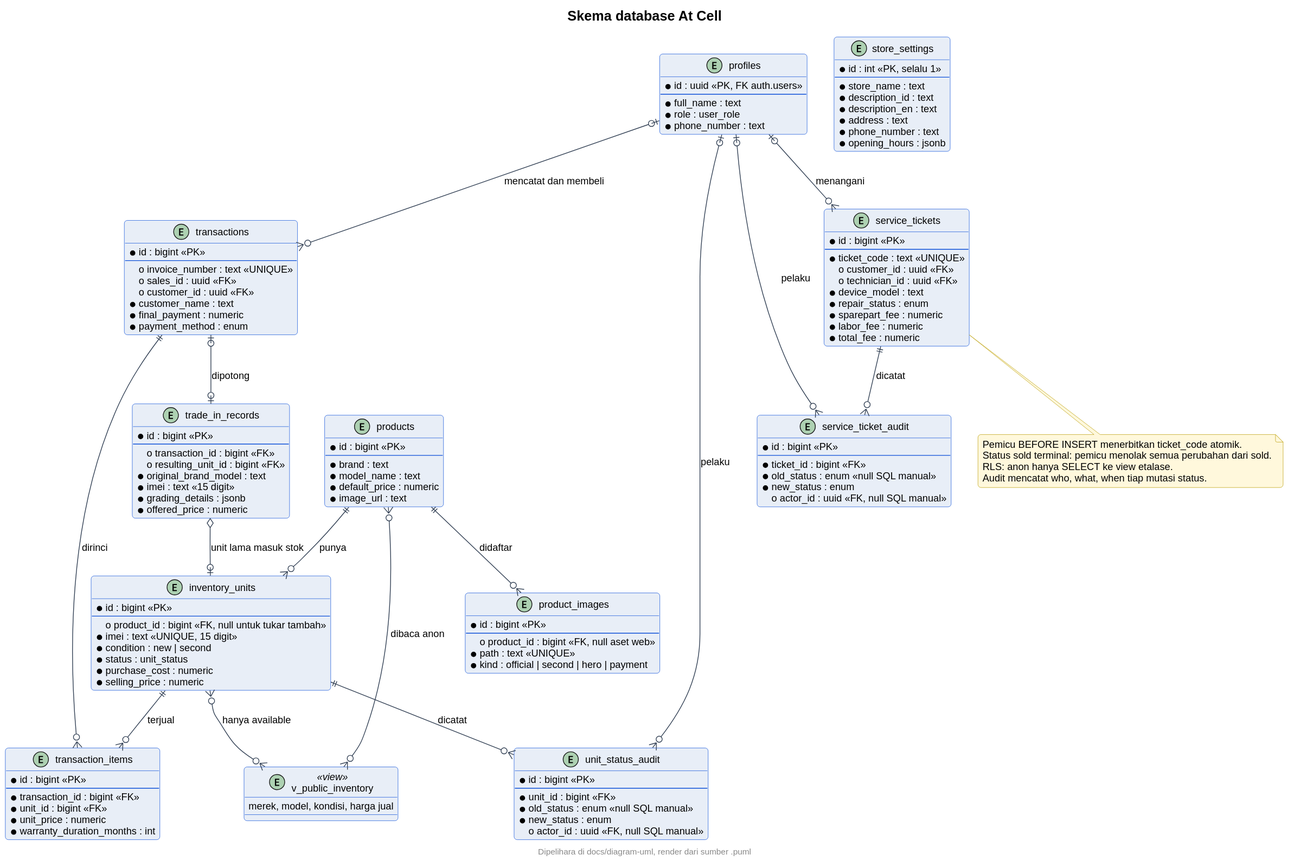
Above: docs/diagram-uml/bersama/er-database.svg in neiaki/KP (PlantUML), before the change. Its diagram source:
```plantuml
@startuml
skinparam backgroundColor #FFFFFF
skinparam shadowing false
skinparam roundcorner 8
skinparam defaultFontName sans-serif
skinparam defaultFontSize 13
skinparam titleFontSize 18
skinparam titleFontStyle bold
skinparam headerFontSize 11
skinparam footerFontSize 11
skinparam noteBackgroundColor #FFF8DC
skinparam noteBorderColor #B89B00
skinparam actorBackgroundColor #E8EEF7
skinparam actorBorderColor #0B4ED8
skinparam participantBackgroundColor #E8EEF7
skinparam participantBorderColor #0B4ED8
skinparam usecaseBackgroundColor #E8EEF7
skinparam usecaseBorderColor #0B4ED8
skinparam classBackgroundColor #E8EEF7
skinparam classBorderColor #0B4ED8
skinparam objectBackgroundColor #EEF3FA
skinparam objectBorderColor #0B4ED8
skinparam activityBackgroundColor #E8EEF7
skinparam activityBorderColor #0B4ED8
skinparam activityDiamondBackgroundColor #FFFFFF
skinparam activityDiamondBorderColor #0B4ED8
skinparam stateBackgroundColor #E8EEF7
skinparam stateBorderColor #0B4ED8
skinparam stateStartColor #0B4ED8
skinparam stateEndColor #0B4ED8
skinparam componentBackgroundColor #E8EEF7
skinparam componentBorderColor #0B4ED8
skinparam cloudBackgroundColor #F2F5FA
skinparam cloudBorderColor #5B6B82
skinparam databaseBackgroundColor #E8EEF7
skinparam databaseBorderColor #0B4ED8
skinparam entityBackgroundColor #E8EEF7
skinparam entityBorderColor #0B4ED8
skinparam sequenceArrowColor #334155
skinparam sequenceLifeLineBorderColor #0B4ED8
skinparam sequenceParticipantBorderColor #0B4ED8
footer Dipelihara di docs/diagram-uml, render dari sumber .puml
title Skema database At Cell
entity "profiles" as profiles {
  * id : uuid <<PK, FK auth.users>>
  --
  * full_name : text
  * role : user_role
  * phone_number : text
}
entity "store_settings" as settings {
  * id : int <<PK, selalu 1>>
  --
  * store_name : text
  * description_id : text
  * description_en : text
  * address : text
  * phone_number : text
  * opening_hours : jsonb
}
entity "products" as products {
  * id : bigint <<PK>>
  --
  * brand : text
  * model_name : text
  * default_price : numeric
  * image_url : text
}
entity "inventory_units" as units {
  * id : bigint <<PK>>
  --
  o product_id : bigint <<FK, null untuk tukar tambah>>
  * imei : text <<UNIQUE, 15 digit>>
  * condition : new | second
  * status : unit_status
  * purchase_cost : numeric
  * selling_price : numeric
}
entity "transactions" as tx {
  * id : bigint <<PK>>
  --
  o invoice_number : text <<UNIQUE>>
  o sales_id : uuid <<FK>>
  o customer_id : uuid <<FK>>
  * customer_name : text
  * final_payment : numeric
  * payment_method : enum
}
entity "transaction_items" as items {
  * id : bigint <<PK>>
  --
  * transaction_id : bigint <<FK>>
  * unit_id : bigint <<FK>>
  * unit_price : numeric
  * warranty_duration_months : int
}
entity "trade_in_records" as tradein {
  * id : bigint <<PK>>
  --
  o transaction_id : bigint <<FK>>
  o resulting_unit_id : bigint <<FK>>
  * original_brand_model : text
  * imei : text <<15 digit>>
  * grading_details : jsonb
  * offered_price : numeric
}
entity "service_tickets" as tickets {
  * id : bigint <<PK>>
  --
  * ticket_code : text <<UNIQUE>>
  o customer_id : uuid <<FK>>
  o technician_id : uuid <<FK>>
  * device_model : text
  * repair_status : enum
  * sparepart_fee : numeric
  * labor_fee : numeric
  * total_fee : numeric
}
entity "v_public_inventory" as etalase <<view>> {
  merek, model, kondisi, harga jual
}
entity "product_images" as gambar {
  * id : bigint <<PK>>
  --
  o product_id : bigint <<FK, null aset web>>
  * path : text <<UNIQUE>>
  * kind : official | second | hero | payment
}
entity "unit_status_audit" as auditunit {
  * id : bigint <<PK>>
  --
  * unit_id : bigint <<FK>>
  * old_status : enum <<null SQL manual>>
  * new_status : enum
  o actor_id : uuid <<FK, null SQL manual>>
}
entity "service_ticket_audit" as audittiket {
  * id : bigint <<PK>>
  --
  * ticket_id : bigint <<FK>>
  * old_status : enum <<null SQL manual>>
  * new_status : enum
  o actor_id : uuid <<FK, null SQL manual>>
}

products ||--o{ units : punya
tx ||--o{ items : dirinci
units ||--o{ items : terjual
tx |o--o| tradein : dipotong
tradein o--o| units : unit lama masuk stok
profiles |o--o{ tx : mencatat dan membeli
profiles |o--o{ tickets : menangani
products }o--o{ etalase : dibaca anon
units }o--o{ etalase : hanya available
products ||--o{ gambar : didaftar
units ||--o{ auditunit : dicatat
tickets ||--o{ audittiket : dicatat
profiles |o--o{ auditunit : pelaku
profiles |o--o{ audittiket : pelaku
note bottom of tickets
  Pemicu BEFORE INSERT menerbitkan ticket_code atomik.
  Status sold terminal: pemicu menolak semua perubahan dari sold.
  RLS: anon hanya SELECT ke view etalase.
  Audit mencatat who, what, when tiap mutasi status.
end note
@enduml
```
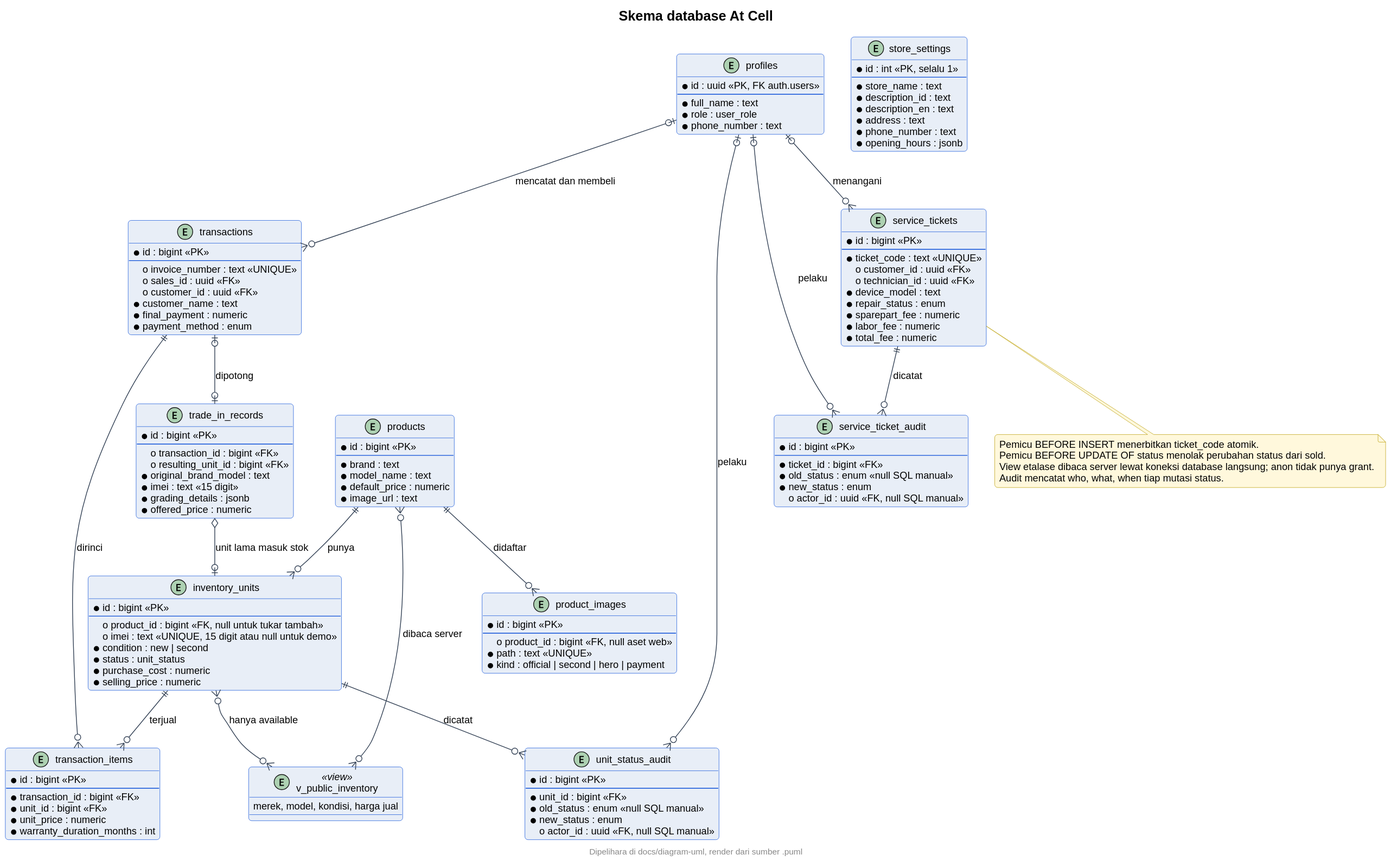
Above is the later version.

The edit, as a diff of the source:
```diff
@@ -70,7 +70,7 @@
   * id : bigint <<PK>>
   --
   o product_id : bigint <<FK, null untuk tukar tambah>>
-  * imei : text <<UNIQUE, 15 digit>>
+  o imei : text <<UNIQUE, 15 digit atau null untuk demo>>
   * condition : new | second
   * status : unit_status
   * purchase_cost : numeric
@@ -150,7 +150,7 @@
 tradein o--o| units : unit lama masuk stok
 profiles |o--o{ tx : mencatat dan membeli
 profiles |o--o{ tickets : menangani
-products }o--o{ etalase : dibaca anon
+products }o--o{ etalase : dibaca server
 units }o--o{ etalase : hanya available
 products ||--o{ gambar : didaftar
 units ||--o{ auditunit : dicatat
@@ -159,8 +159,8 @@
 profiles |o--o{ audittiket : pelaku
 note bottom of tickets
   Pemicu BEFORE INSERT menerbitkan ticket_code atomik.
-  Status sold terminal: pemicu menolak semua perubahan dari sold.
-  RLS: anon hanya SELECT ke view etalase.
+  Pemicu BEFORE UPDATE OF status menolak perubahan status dari sold.
+  View etalase dibaca server lewat koneksi database langsung; anon tidak punya grant.
   Audit mencatat who, what, when tiap mutasi status.
 end note
 @enduml
```
